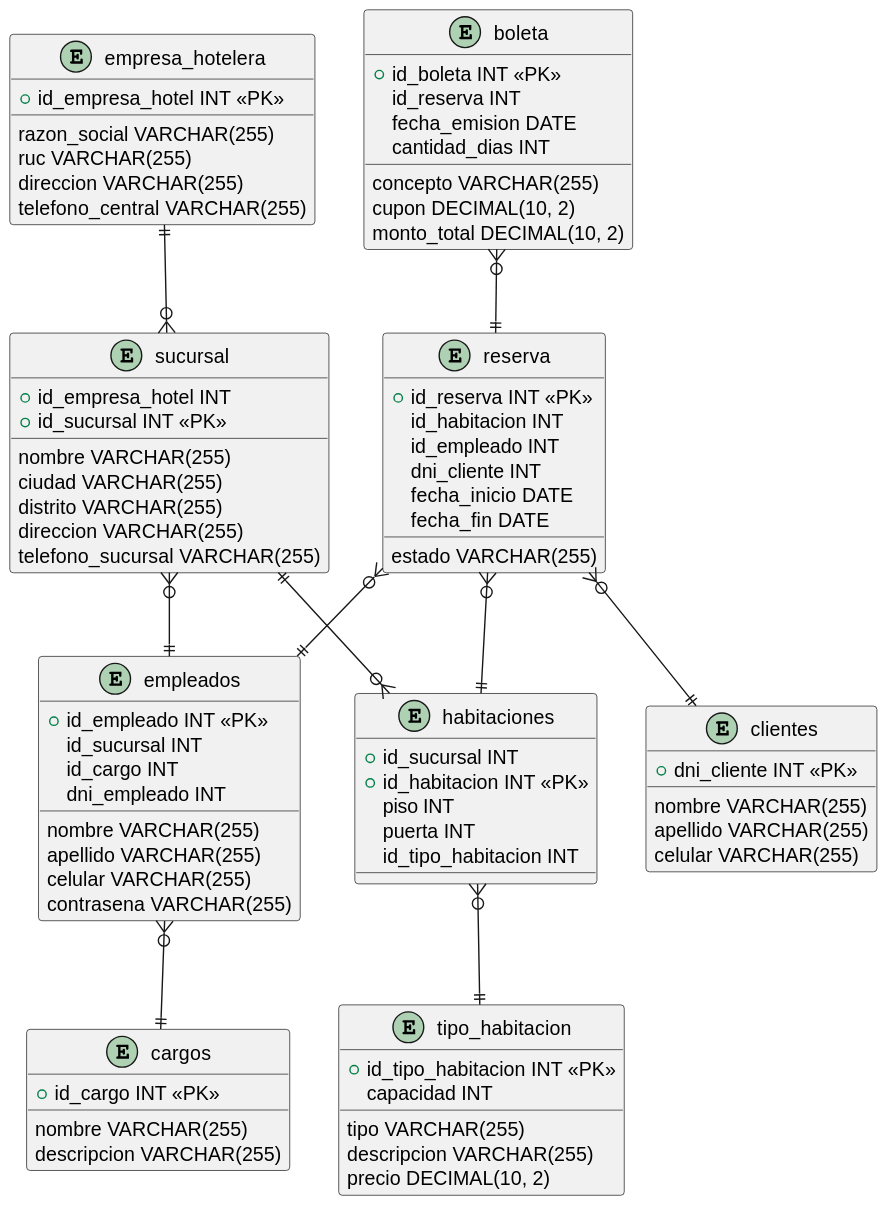
Above: diagramaBD/diagrama.svg in Leo-Spj/Sistema-Gestor-de-Reservas-Hoteleras (PlantUML), before the change.
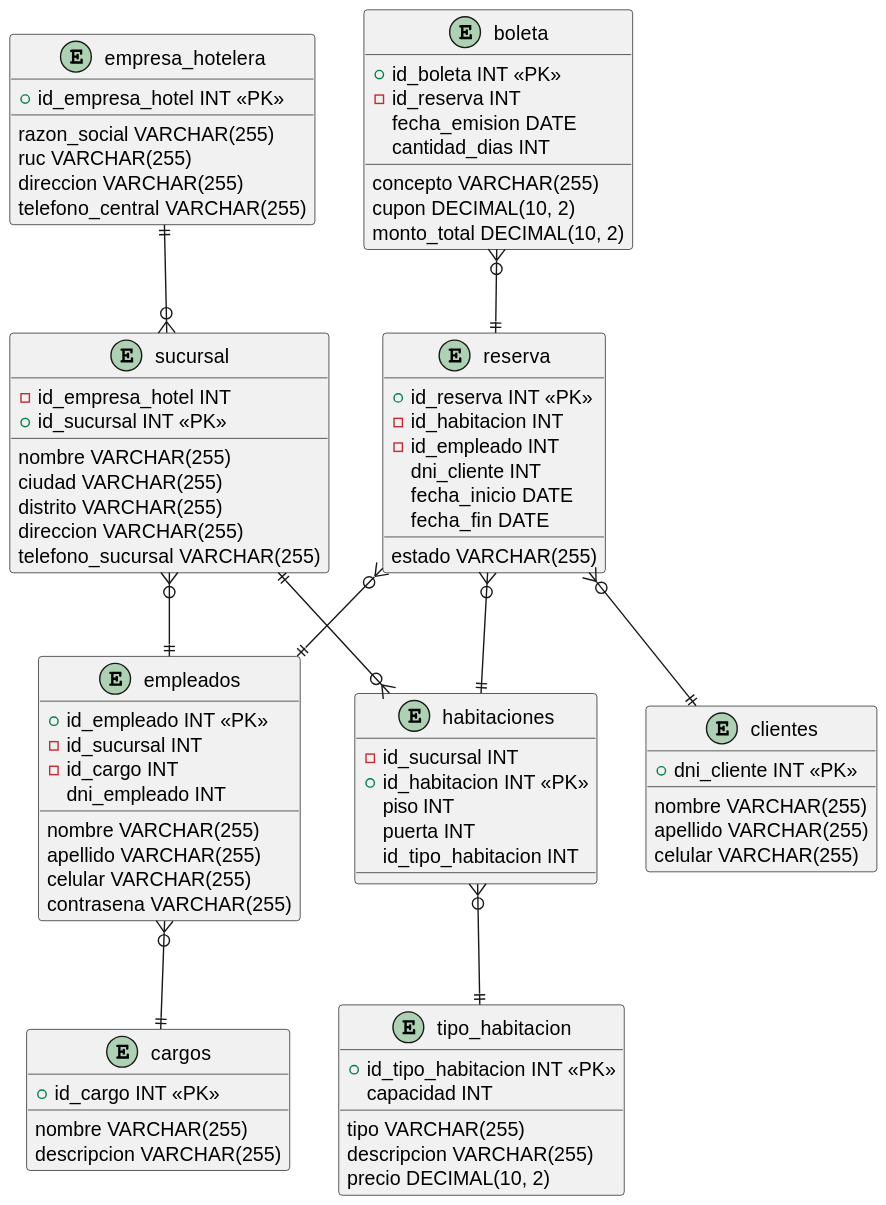
Later version of the same file.

What changed in the source:
```diff
@@ -9,7 +9,7 @@
 }
 
 entity "sucursal" {
-  +id_empresa_hotel INT
+  -id_empresa_hotel INT
   +id_sucursal INT <<PK>>
   nombre VARCHAR(255)
   ciudad VARCHAR(255)
@@ -27,7 +27,7 @@
 }
 
 entity "habitaciones" {
-  +id_sucursal INT
+  -id_sucursal INT
   +id_habitacion INT <<PK>>
   piso INT
   puerta INT
@@ -42,8 +42,8 @@
 
 entity "empleados" {
   +id_empleado INT <<PK>>
-  id_sucursal INT
-  id_cargo INT
+  -id_sucursal INT
+  -id_cargo INT
   dni_empleado INT
   nombre VARCHAR(255)
   apellido VARCHAR(255)
@@ -60,8 +60,8 @@
 
 entity "reserva" {
   +id_reserva INT <<PK>>
-  id_habitacion INT
-  id_empleado INT
+  -id_habitacion INT
+  -id_empleado INT
   dni_cliente INT
   fecha_inicio DATE
   fecha_fin DATE
@@ -70,7 +70,7 @@
 
 entity "boleta" {
   +id_boleta INT <<PK>>
-  id_reserva INT
+  -id_reserva INT
   fecha_emision DATE
   concepto VARCHAR(255)
   cantidad_dias INT
```
